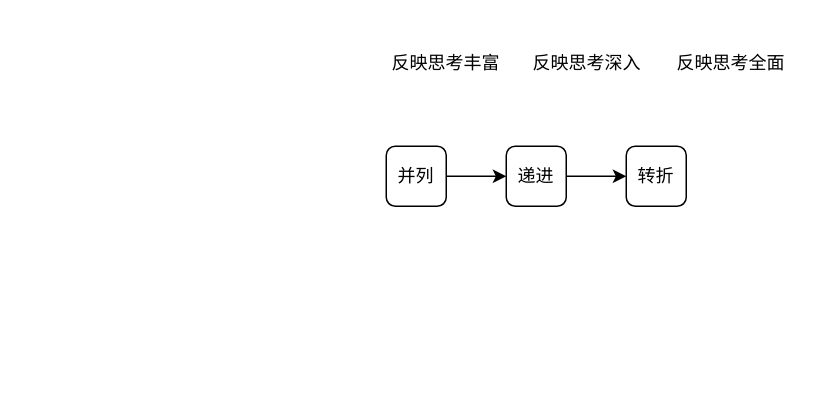
Above: 写作课.drawio in yanhanfrontend/draw.io.workspace (draw.io), before the change. Source tidied: cells renumbered, new cells numbered last; positions are measured from the earlier drawing's top-left corner, leaving out a move shared by most shapes. Both pictures are drawn from the tidied source at 150%, with x=0, y=0 at pixel (386, 40).
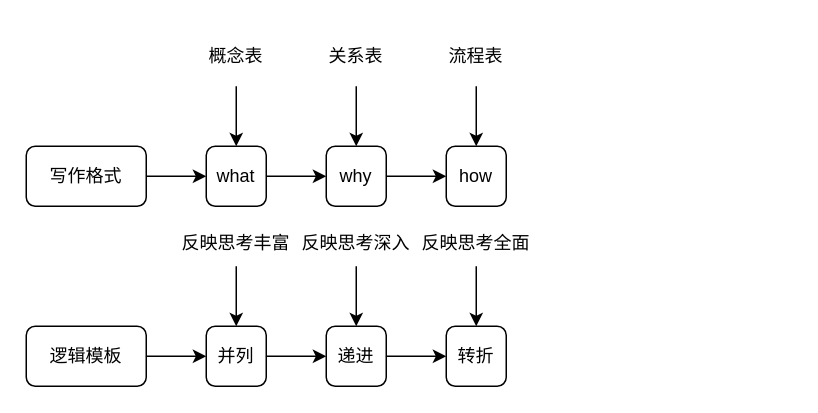
The same diagram, later.

Commit message (it also covers changes not shown here):
更新写作课.drawio

Change to the diagram source:
```diff
@@
     <mxCell id="3" value="并列" style="rounded=1;whiteSpace=wrap;html=1;" parent="1" vertex="1">
-      <mxGeometry y="70" width="40" height="40" as="geometry" />
+      <mxGeometry x="-120" y="190" width="40" height="40" as="geometry" />
     </mxCell>
@@
     <mxCell id="5" value="递进" style="rounded=1;whiteSpace=wrap;html=1;" parent="1" vertex="1">
-      <mxGeometry x="80" y="70" width="40" height="40" as="geometry" />
+      <mxGeometry x="-40" y="190" width="40" height="40" as="geometry" />
     </mxCell>
     <mxCell id="6" value="转折" style="rounded=1;whiteSpace=wrap;html=1;" parent="1" vertex="1">
-      <mxGeometry x="160" y="70" width="40" height="40" as="geometry" />
+      <mxGeometry x="40" y="190" width="40" height="40" as="geometry" />
     </mxCell>
+    <mxCell id="10" style="edgeStyle=orthogonalEdgeStyle;rounded=0;jettySize=auto;html=1;" parent="1" edge="1" source="7" target="3">
+      <mxGeometry relative="1" as="geometry" />
+    </mxCell>
     <mxCell id="7" value="反映思考丰富" style="text;html=1;align=center;verticalAlign=middle;whiteSpace=wrap;rounded=0;" parent="1" vertex="1">
-      <mxGeometry width="80" height="30" as="geometry" />
+      <mxGeometry x="-140" y="120" width="80" height="30" as="geometry" />
     </mxCell>
+    <mxCell id="11" style="edgeStyle=orthogonalEdgeStyle;rounded=0;jettySize=auto;html=1;" parent="1" edge="1" source="8" target="5">
+      <mxGeometry relative="1" as="geometry" />
+    </mxCell>
     <mxCell id="8" value="反映思考深入" style="text;html=1;align=center;verticalAlign=middle;whiteSpace=wrap;rounded=0;" parent="1" vertex="1">
-      <mxGeometry x="94" width="80" height="30" as="geometry" />
+      <mxGeometry x="-60" y="120" width="80" height="30" as="geometry" />
     </mxCell>
+    <mxCell id="12" style="edgeStyle=orthogonalEdgeStyle;rounded=0;jettySize=auto;html=1;exitX=0.5;exitY=1;exitDx=0;exitDy=0;entryX=0.5;entryY=0;entryDx=0;entryDy=0;" parent="1" edge="1" source="9" target="6">
+      <mxGeometry relative="1" as="geometry" />
+    </mxCell>
     <mxCell id="9" value="反映思考全面" style="text;html=1;align=center;verticalAlign=middle;whiteSpace=wrap;rounded=0;" parent="1" vertex="1">
-      <mxGeometry x="190" width="80" height="30" as="geometry" />
+      <mxGeometry x="20" y="120" width="80" height="30" as="geometry" />
     </mxCell>
+    <mxCell id="13" style="edgeStyle=orthogonalEdgeStyle;rounded=0;jettySize=auto;html=1;" parent="1" edge="1" source="14" target="16">
+      <mxGeometry relative="1" as="geometry" />
+    </mxCell>
+    <mxCell id="14" value="写作格式" style="rounded=1;whiteSpace=wrap;html=1;" parent="1" vertex="1">
+      <mxGeometry x="-240" y="70" width="80" height="40" as="geometry" />
+    </mxCell>
+    <mxCell id="15" style="edgeStyle=orthogonalEdgeStyle;rounded=0;jettySize=auto;html=1;" parent="1" edge="1" source="16" target="18">
+      <mxGeometry relative="1" as="geometry" />
+    </mxCell>
+    <mxCell id="16" value="what" style="rounded=1;whiteSpace=wrap;html=1;" parent="1" vertex="1">
+      <mxGeometry x="-120" y="70" width="40" height="40" as="geometry" />
+    </mxCell>
+    <mxCell id="17" style="edgeStyle=orthogonalEdgeStyle;rounded=0;jettySize=auto;html=1;" parent="1" edge="1" source="18" target="19">
+      <mxGeometry relative="1" as="geometry" />
+    </mxCell>
+    <mxCell id="18" value="why" style="rounded=1;whiteSpace=wrap;html=1;" parent="1" vertex="1">
+      <mxGeometry x="-40" y="70" width="40" height="40" as="geometry" />
+    </mxCell>
+    <mxCell id="19" value="how" style="rounded=1;whiteSpace=wrap;html=1;" parent="1" vertex="1">
+      <mxGeometry x="40" y="70" width="40" height="40" as="geometry" />
+    </mxCell>
+    <mxCell id="20" style="edgeStyle=orthogonalEdgeStyle;rounded=0;jettySize=auto;html=1;" parent="1" edge="1" source="21" target="3">
+      <mxGeometry relative="1" as="geometry" />
+    </mxCell>
+    <mxCell id="21" value="逻辑模板" style="rounded=1;whiteSpace=wrap;html=1;" parent="1" vertex="1">
+      <mxGeometry x="-240" y="190" width="80" height="40" as="geometry" />
+    </mxCell>
+    <mxCell id="22" style="edgeStyle=orthogonalEdgeStyle;rounded=0;jettySize=auto;html=1;" parent="1" edge="1" source="23" target="16">
+      <mxGeometry relative="1" as="geometry" />
+    </mxCell>
+    <mxCell id="23" value="概念表" style="text;html=1;align=center;verticalAlign=middle;whiteSpace=wrap;rounded=0;" parent="1" vertex="1">
+      <mxGeometry x="-120" y="-10" width="40" height="40" as="geometry" />
+    </mxCell>
+    <mxCell id="24" style="edgeStyle=orthogonalEdgeStyle;rounded=0;jettySize=auto;html=1;" parent="1" edge="1" source="25" target="18">
+      <mxGeometry relative="1" as="geometry" />
+    </mxCell>
+    <mxCell id="25" value="关系表" style="text;html=1;align=center;verticalAlign=middle;whiteSpace=wrap;rounded=0;" parent="1" vertex="1">
+      <mxGeometry x="-40" y="-10" width="40" height="40" as="geometry" />
+    </mxCell>
+    <mxCell id="26" style="edgeStyle=orthogonalEdgeStyle;rounded=0;jettySize=auto;html=1;" parent="1" edge="1" source="27" target="19">
+      <mxGeometry relative="1" as="geometry" />
+    </mxCell>
+    <mxCell id="27" value="流程表" style="text;html=1;align=center;verticalAlign=middle;whiteSpace=wrap;rounded=0;" parent="1" vertex="1">
+      <mxGeometry x="40" y="-10" width="40" height="40" as="geometry" />
+    </mxCell>
```
